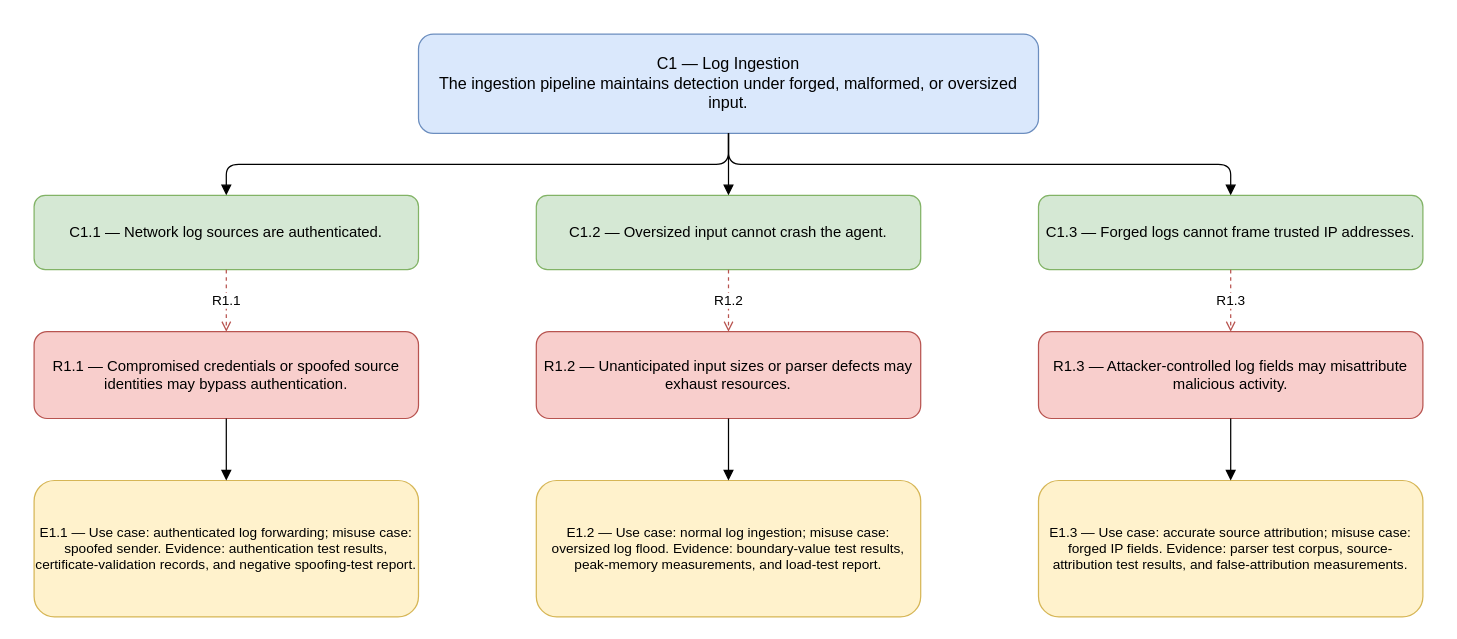
Before: page "C1 Log Ingestion" (1 of 5) of resources/static/assurane-claims/top-level-claims-subclaims-rebuttals-evidence-v1.drawio in HapticLazier2/CSCI-8420-Group-2, a draw.io diagram. Source tidied: cells renumbered, new cells numbered last; positions are measured from the earlier drawing's top-left corner, leaving out a move shared by most shapes. Both pictures are drawn from the tidied source at 124%, with x=0, y=0 at pixel (33, 33).
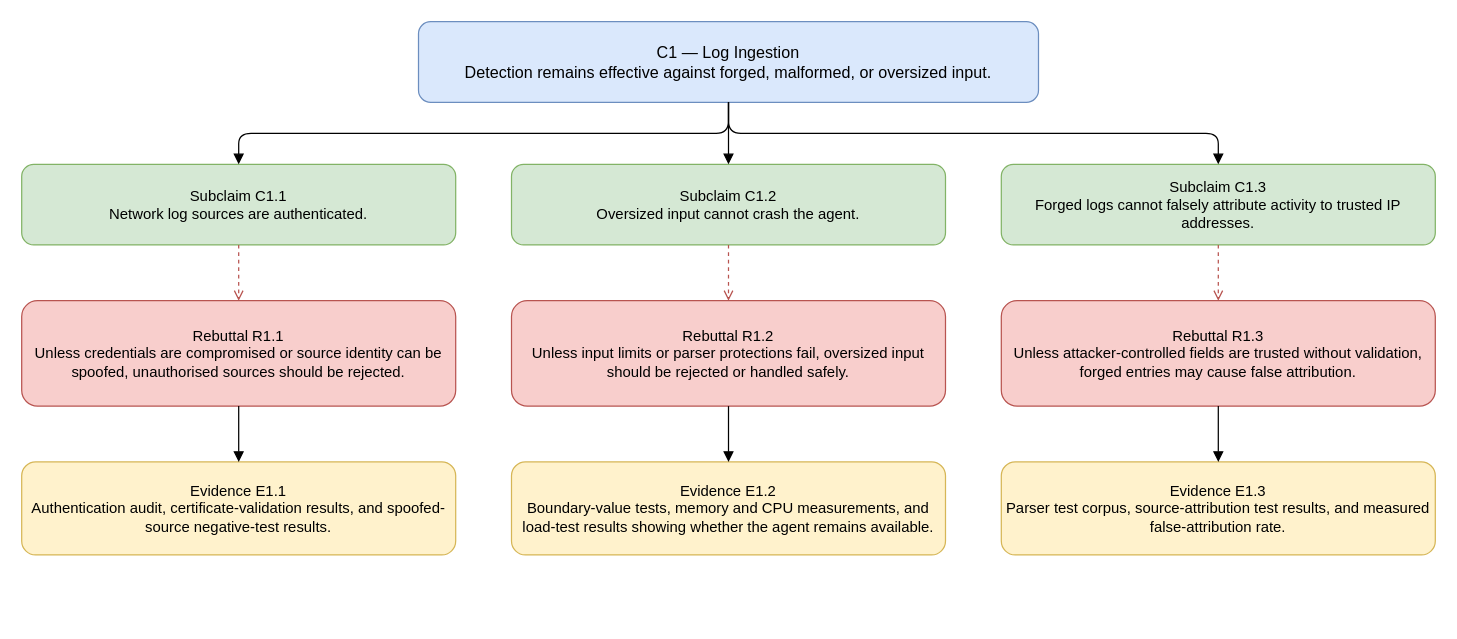
After the change.

Commit message (it also covers changes not shown here):
Modified the rebuttals to ensure the 'Unless' word exists

Diff of the diagram source:
```diff
@@
-    <mxCell id="2" value="C1 — Log Ingestion&#10;The ingestion pipeline maintains detection under forged, malformed, or oversized input." style="rounded=1;whiteSpace=wrap;html=1;fillColor=#dae8fc;strokeColor=#6c8ebf;fontSize=13;" parent="1" vertex="1">
-      <mxGeometry x="310" width="500" height="80" as="geometry" />
+    <mxCell id="2" value="C1 — Log Ingestion&#10;Detection remains effective against forged, malformed, or oversized input." style="rounded=1;whiteSpace=wrap;html=1;fillColor=#dae8fc;strokeColor=#6c8ebf;fontSize=13;" parent="1" vertex="1">
+      <mxGeometry x="310" y="-10" width="500" height="65" as="geometry" />
     </mxCell>
-    <mxCell id="3" value="C1.1 — Network log sources are authenticated." style="rounded=1;whiteSpace=wrap;html=1;fillColor=#d5e8d4;strokeColor=#82b366;" parent="1" vertex="1">
-      <mxGeometry y="130" width="310" height="60" as="geometry" />
-    </mxCell>
+    <mxCell id="21" value="Subclaim C1.1&#10;Network log sources are authenticated." style="rounded=1;whiteSpace=wrap;html=1;fillColor=#d5e8d4;strokeColor=#82b366;" parent="1" vertex="1">
+      <mxGeometry x="-10" y="105" width="350" height="65" as="geometry" />
+    </mxCell>
-    <mxCell id="4" value="R1.1 — Compromised credentials or spoofed source identities may bypass authentication." style="rounded=1;whiteSpace=wrap;html=1;fillColor=#f8cecc;strokeColor=#b85450;" parent="1" vertex="1">
-      <mxGeometry y="240" width="310" height="70" as="geometry" />
+    <mxCell id="4" value="Rebuttal R1.1&#10;Unless credentials are compromised or source identity can be spoofed, unauthorised sources should be rejected." style="rounded=1;whiteSpace=wrap;html=1;fillColor=#f8cecc;strokeColor=#b85450;" parent="1" vertex="1">
+      <mxGeometry x="-10" y="215" width="350" height="85" as="geometry" />
     </mxCell>
-    <mxCell id="5" value="E1.1 — Use case: authenticated log forwarding; misuse case: spoofed sender. Evidence: authentication test results, certificate-validation records, and negative spoofing-test report." style="rounded=1;whiteSpace=wrap;html=1;fillColor=#fff2cc;strokeColor=#d6b656;fontSize=11;" parent="1" vertex="1">
-      <mxGeometry y="360" width="310" height="110" as="geometry" />
+    <mxCell id="5" value="Evidence E1.1&#10;Authentication audit, certificate-validation results, and spoofed-source negative-test results." style="rounded=1;whiteSpace=wrap;html=1;fillColor=#fff2cc;strokeColor=#d6b656;" parent="1" vertex="1">
+      <mxGeometry x="-10" y="345" width="350" height="75" as="geometry" />
     </mxCell>
-    <mxCell id="6" value="C1.2 — Oversized input cannot crash the agent." style="rounded=1;whiteSpace=wrap;html=1;fillColor=#d5e8d4;strokeColor=#82b366;" parent="1" vertex="1">
-      <mxGeometry x="405" y="130" width="310" height="60" as="geometry" />
-    </mxCell>
+    <mxCell id="22" value="Subclaim C1.2&#10;Oversized input cannot crash the agent." style="rounded=1;whiteSpace=wrap;html=1;fillColor=#d5e8d4;strokeColor=#82b366;" parent="1" vertex="1">
+      <mxGeometry x="385" y="105" width="350" height="65" as="geometry" />
+    </mxCell>
-    <mxCell id="7" value="R1.2 — Unanticipated input sizes or parser defects may exhaust resources." style="rounded=1;whiteSpace=wrap;html=1;fillColor=#f8cecc;strokeColor=#b85450;" parent="1" vertex="1">
-      <mxGeometry x="405" y="240" width="310" height="70" as="geometry" />
+    <mxCell id="7" value="Rebuttal R1.2&#10;Unless input limits or parser protections fail, oversized input should be rejected or handled safely." style="rounded=1;whiteSpace=wrap;html=1;fillColor=#f8cecc;strokeColor=#b85450;" parent="1" vertex="1">
+      <mxGeometry x="385" y="215" width="350" height="85" as="geometry" />
     </mxCell>
-    <mxCell id="8" value="E1.2 — Use case: normal log ingestion; misuse case: oversized log flood. Evidence: boundary-value test results, peak-memory measurements, and load-test report." style="rounded=1;whiteSpace=wrap;html=1;fillColor=#fff2cc;strokeColor=#d6b656;fontSize=11;" parent="1" vertex="1">
-      <mxGeometry x="405" y="360" width="310" height="110" as="geometry" />
+    <mxCell id="8" value="Evidence E1.2&#10;Boundary-value tests, memory and CPU measurements, and load-test results showing whether the agent remains available." style="rounded=1;whiteSpace=wrap;html=1;fillColor=#fff2cc;strokeColor=#d6b656;" parent="1" vertex="1">
+      <mxGeometry x="385" y="345" width="350" height="75" as="geometry" />
     </mxCell>
-    <mxCell id="9" value="C1.3 — Forged logs cannot frame trusted IP addresses." style="rounded=1;whiteSpace=wrap;html=1;fillColor=#d5e8d4;strokeColor=#82b366;" parent="1" vertex="1">
-      <mxGeometry x="810" y="130" width="310" height="60" as="geometry" />
-    </mxCell>
+    <mxCell id="23" value="Subclaim C1.3&#10;Forged logs cannot falsely attribute activity to trusted IP addresses." style="rounded=1;whiteSpace=wrap;html=1;fillColor=#d5e8d4;strokeColor=#82b366;" parent="1" vertex="1">
+      <mxGeometry x="780" y="105" width="350" height="65" as="geometry" />
+    </mxCell>
-    <mxCell id="10" value="R1.3 — Attacker-controlled log fields may misattribute malicious activity." style="rounded=1;whiteSpace=wrap;html=1;fillColor=#f8cecc;strokeColor=#b85450;" parent="1" vertex="1">
-      <mxGeometry x="810" y="240" width="310" height="70" as="geometry" />
+    <mxCell id="10" value="Rebuttal R1.3&#10;Unless attacker-controlled fields are trusted without validation, forged entries may cause false attribution." style="rounded=1;whiteSpace=wrap;html=1;fillColor=#f8cecc;strokeColor=#b85450;" parent="1" vertex="1">
+      <mxGeometry x="780" y="215" width="350" height="85" as="geometry" />
     </mxCell>
-    <mxCell id="11" value="E1.3 — Use case: accurate source attribution; misuse case: forged IP fields. Evidence: parser test corpus, source-attribution test results, and false-attribution measurements." style="rounded=1;whiteSpace=wrap;html=1;fillColor=#fff2cc;strokeColor=#d6b656;fontSize=11;" parent="1" vertex="1">
-      <mxGeometry x="810" y="360" width="310" height="110" as="geometry" />
+    <mxCell id="11" value="Evidence E1.3&#10;Parser test corpus, source-attribution test results, and measured false-attribution rate." style="rounded=1;whiteSpace=wrap;html=1;fillColor=#fff2cc;strokeColor=#d6b656;" parent="1" vertex="1">
+      <mxGeometry x="780" y="345" width="350" height="75" as="geometry" />
     </mxCell>
-    <mxCell id="12" style="edgeStyle=orthogonalEdgeStyle;endArrow=block;html=1;" parent="1" edge="1" source="2" target="3">
+    <mxCell id="12" style="endArrow=block;html=1;edgeStyle=orthogonalEdgeStyle;" parent="1" edge="1" source="2" target="21">
       <mxGeometry relative="1" as="geometry" />
     </mxCell>
-    <mxCell id="13" style="edgeStyle=orthogonalEdgeStyle;endArrow=block;html=1;" parent="1" edge="1" source="2" target="6">
+    <mxCell id="13" style="endArrow=block;html=1;edgeStyle=orthogonalEdgeStyle;" parent="1" edge="1" source="2" target="22">
       <mxGeometry relative="1" as="geometry" />
     </mxCell>
-    <mxCell id="14" style="edgeStyle=orthogonalEdgeStyle;endArrow=block;html=1;" parent="1" edge="1" source="2" target="9">
+    <mxCell id="14" style="endArrow=block;html=1;edgeStyle=orthogonalEdgeStyle;" parent="1" edge="1" source="2" target="23">
       <mxGeometry relative="1" as="geometry" />
     </mxCell>
-    <mxCell id="15" value="R1.1" style="edgeStyle=orthogonalEdgeStyle;dashed=1;endArrow=open;strokeColor=#b85450;html=1;" parent="1" edge="1" source="3" target="4">
+    <mxCell id="15" style="endArrow=open;dashed=1;strokeColor=#b85450;html=1;" parent="1" edge="1" source="21" target="4">
       <mxGeometry relative="1" as="geometry" />
     </mxCell>
-    <mxCell id="16" value="R1.2" style="edgeStyle=orthogonalEdgeStyle;dashed=1;endArrow=open;strokeColor=#b85450;html=1;" parent="1" edge="1" source="6" target="7">
+    <mxCell id="16" style="endArrow=open;dashed=1;strokeColor=#b85450;html=1;" parent="1" edge="1" source="22" target="7">
       <mxGeometry relative="1" as="geometry" />
     </mxCell>
-    <mxCell id="17" value="R1.3" style="edgeStyle=orthogonalEdgeStyle;dashed=1;endArrow=open;strokeColor=#b85450;html=1;" parent="1" edge="1" source="9" target="10">
+    <mxCell id="17" style="endArrow=open;dashed=1;strokeColor=#b85450;html=1;" parent="1" edge="1" source="23" target="10">
       <mxGeometry relative="1" as="geometry" />
     </mxCell>
-    <mxCell id="18" style="edgeStyle=orthogonalEdgeStyle;endArrow=block;html=1;" parent="1" edge="1" source="4" target="5">
+    <mxCell id="18" style="endArrow=block;html=1;" parent="1" edge="1" source="4" target="5">
       <mxGeometry relative="1" as="geometry" />
     </mxCell>
-    <mxCell id="19" style="edgeStyle=orthogonalEdgeStyle;endArrow=block;html=1;" parent="1" edge="1" source="7" target="8">
+    <mxCell id="19" style="endArrow=block;html=1;" parent="1" edge="1" source="7" target="8">
       <mxGeometry relative="1" as="geometry" />
     </mxCell>
-    <mxCell id="20" style="edgeStyle=orthogonalEdgeStyle;endArrow=block;html=1;" parent="1" edge="1" source="10" target="11">
+    <mxCell id="20" style="endArrow=block;html=1;" parent="1" edge="1" source="10" target="11">
       <mxGeometry relative="1" as="geometry" />
     </mxCell>
```
